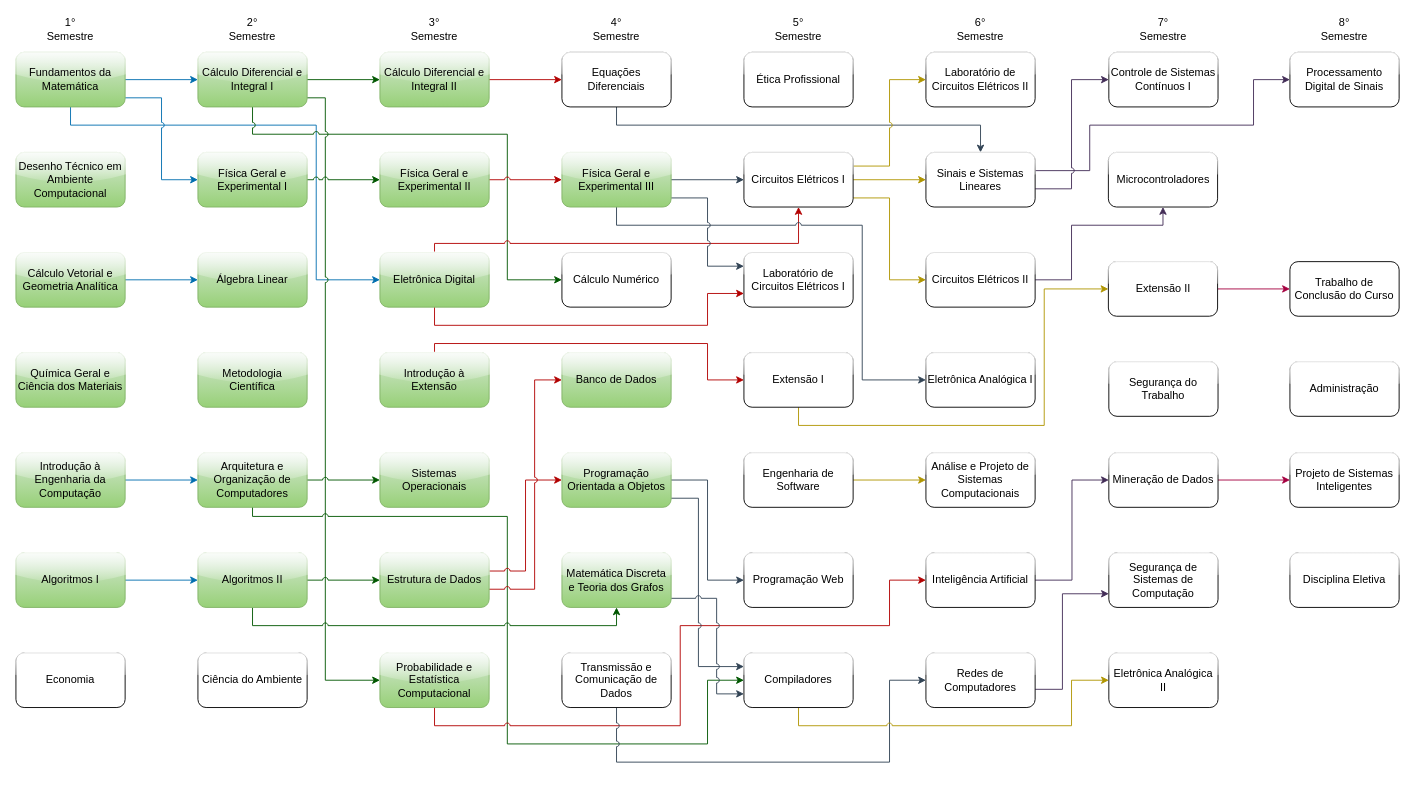
This is fluxograma-disciplinas.drawio from mateus-s-a/IFMT_Eng_Computacao, a draw.io file, before an edit. Source tidied: cells renumbered, new cells numbered last; positions are measured from the earlier drawing's top-left corner, leaving out a move shared by most shapes. Both pictures are drawn from the tidied source at 91%, with x=0, y=0 at pixel (15, 15).
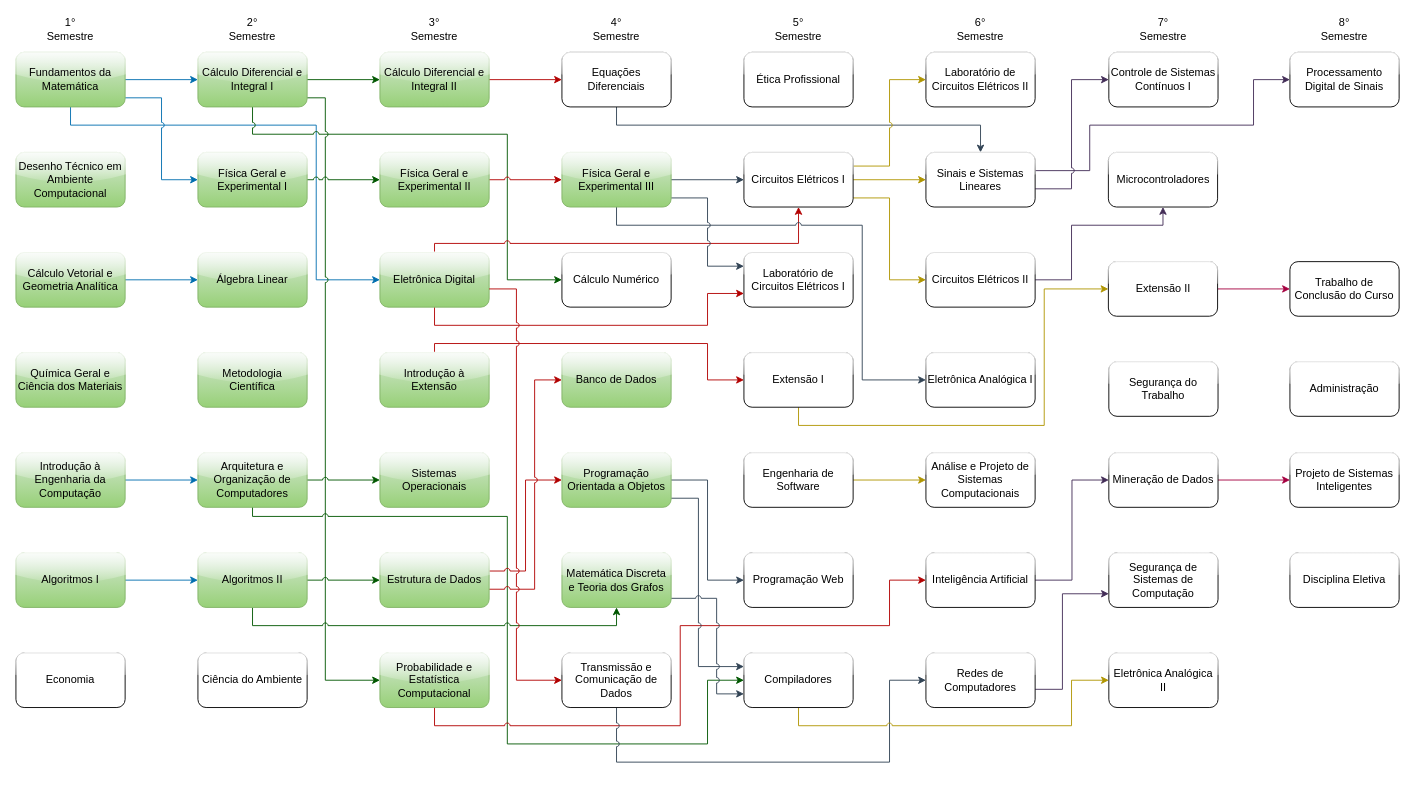
Above is the later version.

The change refers to these unchanged cells:
```xml
<mxCell id="66" value="Eletrônica Digital" style="rounded=1;whiteSpace=wrap;html=1;glass=1;fillColor=#d5e8d4;strokeColor=#82b366;gradientColor=#97d077;" parent="64" vertex="1">
  <mxGeometry y="260" width="120" height="60" as="geometry" />
</mxCell>
<mxCell id="80" value="Transmissão e Comunicação de Dados" style="rounded=1;whiteSpace=wrap;html=1;glass=1;" parent="73" vertex="1">
  <mxGeometry y="700" width="120" height="60" as="geometry" />
</mxCell>
```

The edit, as a diff of the source:
```diff
@@
+    <mxCell id="115" style="edgeStyle=orthogonalEdgeStyle;rounded=0;jettySize=auto;html=1;entryX=0;entryY=0.5;entryDx=0;entryDy=0;fillColor=#e51400;strokeColor=#B20000;jumpStyle=arc;" parent="1" edge="1" source="66" target="80">
+      <mxGeometry relative="1" as="geometry">
+        <Array as="points">
+          <mxPoint x="550" y="300" />
+          <mxPoint x="550" y="730" />
+        </Array>
+      </mxGeometry>
+    </mxCell>
```
